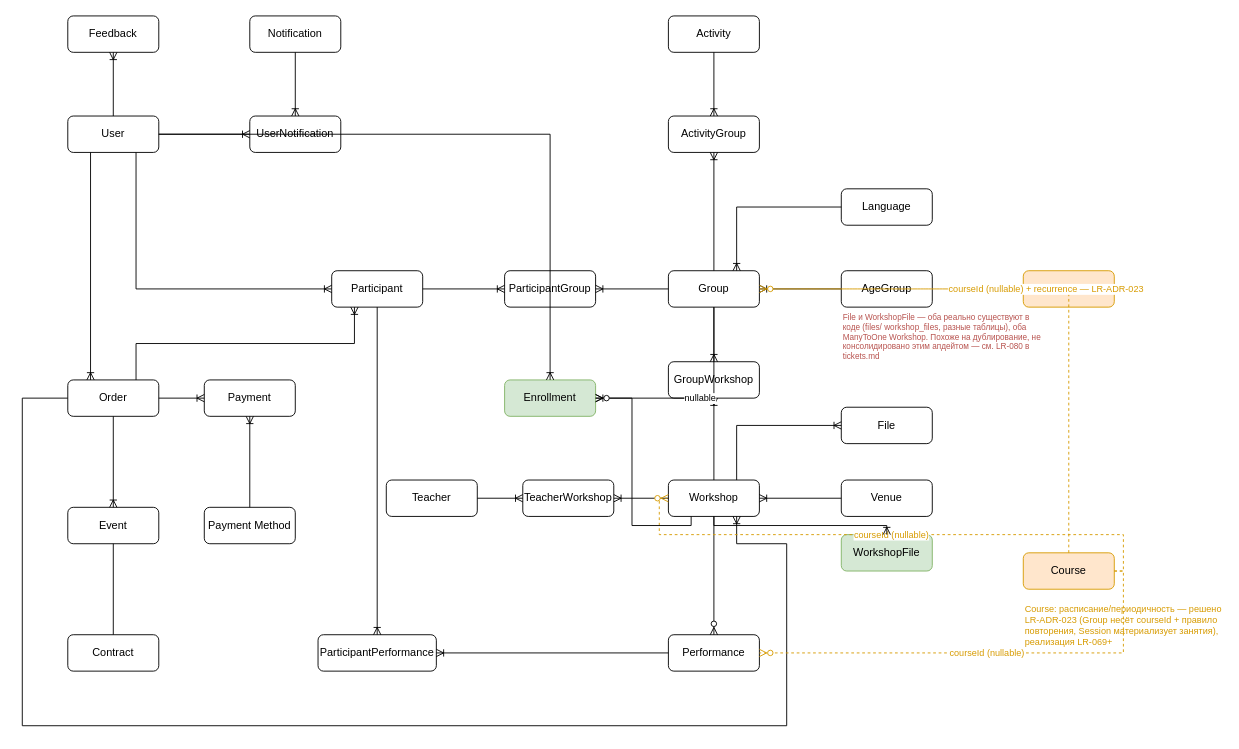
Before: docs/architecture/erm.drawio in OleksiyKharkiv/lebens_rhythmus, a draw.io diagram. Source tidied: cells renumbered, new cells numbered last; positions are measured from the earlier drawing's top-left corner, leaving out a move shared by most shapes. Both pictures are drawn from the tidied source at 91%, with x=0, y=0 at pixel (22, 15).
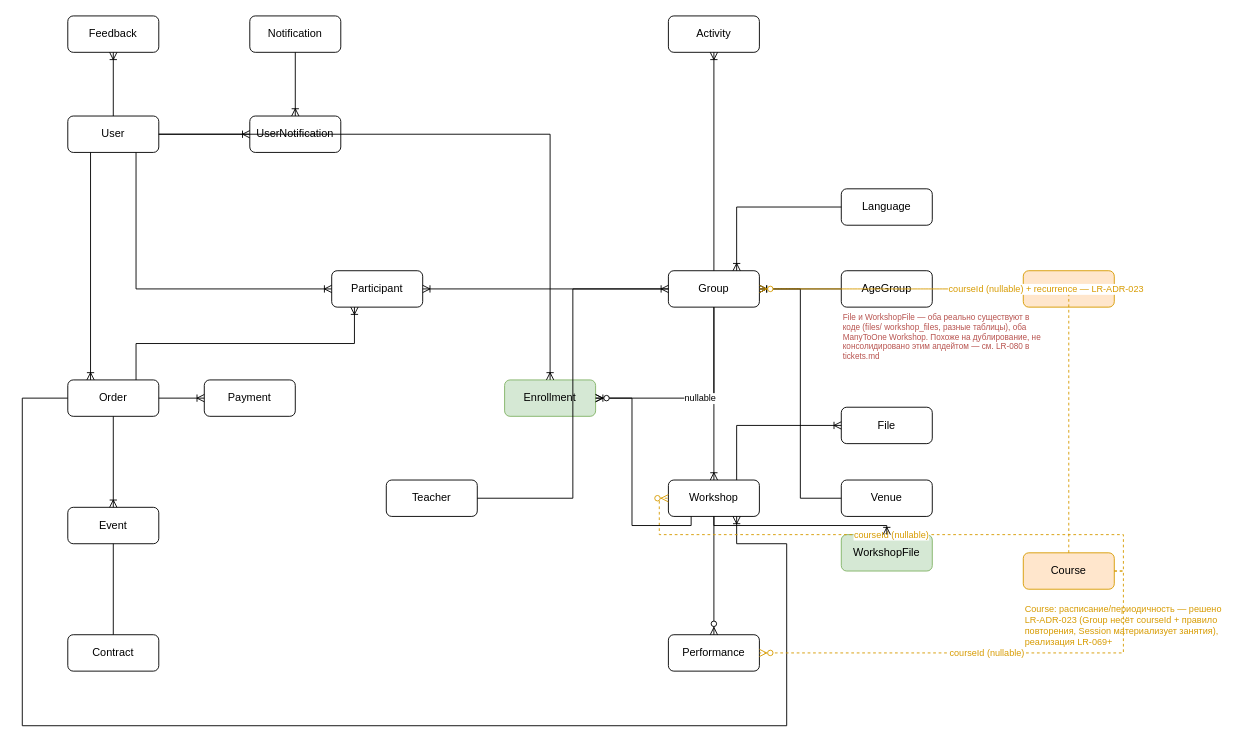
The same page after the edit.

The change refers to these unchanged cells:
```xml
<mxCell id="5" value="Participant" style="rounded=1;whiteSpace=wrap;html=1;" parent="1" vertex="1">
  <mxGeometry x="340" y="280" width="100" height="40" as="geometry" />
</mxCell>
<mxCell id="6" value="Teacher" style="rounded=1;whiteSpace=wrap;html=1;" parent="1" vertex="1">
  <mxGeometry x="400" y="510" width="100" height="40" as="geometry" />
</mxCell>
<mxCell id="7" value="Group" style="rounded=1;whiteSpace=wrap;html=1;" parent="1" vertex="1">
  <mxGeometry x="710" y="280" width="100" height="40" as="geometry" />
</mxCell>
<mxCell id="8" value="Activity" style="rounded=1;whiteSpace=wrap;html=1;" parent="1" vertex="1">
  <mxGeometry x="710" width="100" height="40" as="geometry" />
</mxCell>
<mxCell id="9" value="Workshop" style="rounded=1;whiteSpace=wrap;html=1;" parent="1" vertex="1">
  <mxGeometry x="710" y="510" width="100" height="40" as="geometry" />
</mxCell>
<mxCell id="13" value="Venue" style="rounded=1;whiteSpace=wrap;html=1;" parent="1" vertex="1">
  <mxGeometry x="900" y="510" width="100" height="40" as="geometry" />
</mxCell>
<mxCell id="14" value="Performance" style="rounded=1;whiteSpace=wrap;html=1;" parent="1" vertex="1">
  <mxGeometry x="710" y="680" width="100" height="40" as="geometry" />
</mxCell>
<mxCell id="22" value="Payment" style="rounded=1;whiteSpace=wrap;html=1;" parent="1" vertex="1">
  <mxGeometry x="200" y="400" width="100" height="40" as="geometry" />
</mxCell>
```

Diff of the diagram source:
```diff
@@
-    <mxCell id="25" value="Payment Method" style="rounded=1;whiteSpace=wrap;html=1;" parent="1" vertex="1">
-      <mxGeometry x="200" y="540" width="100" height="40" as="geometry" />
-    </mxCell>
@@
-    <mxCell id="33" style="edgeStyle=orthogonalEdgeStyle;fontSize=12;html=1;endArrow=ERoneToMany;rounded=0;exitX=0;exitY=0.5;exitDx=0;exitDy=0;entryX=1;entryY=0.5;entryDx=0;entryDy=0;" parent="1" edge="1" source="13" target="9">
+    <mxCell id="33" style="edgeStyle=orthogonalEdgeStyle;fontSize=12;html=1;endArrow=ERoneToMany;rounded=0;exitX=0;exitY=0.5;exitDx=0;exitDy=0;entryX=1;entryY=0.5;entryDx=0;entryDy=0;" parent="1" edge="1" source="13" target="7">
       <mxGeometry relative="1" as="geometry" />
     </mxCell>
-    <mxCell id="34" value="ActivityGroup" style="rounded=1;whiteSpace=wrap;html=1;" parent="1" vertex="1">
-      <mxGeometry x="710" y="110" width="100" height="40" as="geometry" />
-    </mxCell>
-    <mxCell id="35" style="edgeStyle=orthogonalEdgeStyle;fontSize=12;html=1;endArrow=ERoneToMany;rounded=0;entryX=0.5;entryY=1;entryDx=0;entryDy=0;exitX=0.5;exitY=0;exitDx=0;exitDy=0;" parent="1" edge="1" source="7" target="34">
+    <mxCell id="35" style="edgeStyle=orthogonalEdgeStyle;fontSize=12;html=1;endArrow=ERoneToMany;rounded=0;entryX=0.5;entryY=1;entryDx=0;entryDy=0;exitX=0.5;exitY=0;exitDx=0;exitDy=0;" parent="1" edge="1" source="7" target="8">
       <mxGeometry relative="1" as="geometry" />
     </mxCell>
-    <mxCell id="36" style="edgeStyle=orthogonalEdgeStyle;fontSize=12;html=1;endArrow=ERoneToMany;rounded=0;exitX=0.5;exitY=0;exitDx=0;exitDy=0;entryX=0.5;entryY=1;entryDx=0;entryDy=0;" parent="1" edge="1" source="25" target="22">
-      <mxGeometry relative="1" as="geometry" />
-    </mxCell>
@@
-    <mxCell id="39" value="ParticipantGroup" style="rounded=1;whiteSpace=wrap;html=1;" parent="1" vertex="1">
-      <mxGeometry x="530" y="280" width="100" height="40" as="geometry" />
-    </mxCell>
-    <mxCell id="40" style="edgeStyle=orthogonalEdgeStyle;fontSize=12;html=1;endArrow=ERoneToMany;rounded=0;exitX=1;exitY=0.5;exitDx=0;exitDy=0;entryX=0;entryY=0.5;entryDx=0;entryDy=0;" parent="1" edge="1" source="5" target="39">
-      <mxGeometry relative="1" as="geometry" />
-    </mxCell>
-    <mxCell id="41" style="edgeStyle=orthogonalEdgeStyle;fontSize=12;html=1;endArrow=ERoneToMany;rounded=0;exitX=0;exitY=0.5;exitDx=0;exitDy=0;entryX=1;entryY=0.5;entryDx=0;entryDy=0;" parent="1" edge="1" source="7" target="39">
+    <mxCell id="41" style="edgeStyle=orthogonalEdgeStyle;fontSize=12;html=1;endArrow=ERoneToMany;rounded=0;exitX=0;exitY=0.5;exitDx=0;exitDy=0;entryX=1;entryY=0.5;entryDx=0;entryDy=0;" parent="1" edge="1" source="7" target="5">
       <mxGeometry relative="1" as="geometry" />
     </mxCell>
-    <mxCell id="42" value="GroupWorkshop" style="rounded=1;whiteSpace=wrap;html=1;" parent="1" vertex="1">
-      <mxGeometry x="710" y="380" width="100" height="40" as="geometry" />
-    </mxCell>
-    <mxCell id="43" style="edgeStyle=orthogonalEdgeStyle;fontSize=12;html=1;endArrow=ERoneToMany;rounded=0;exitX=0.5;exitY=1;exitDx=0;exitDy=0;entryX=0.5;entryY=0;entryDx=0;entryDy=0;" parent="1" edge="1" source="7" target="42">
+    <mxCell id="43" style="edgeStyle=orthogonalEdgeStyle;fontSize=12;html=1;endArrow=ERoneToMany;rounded=0;exitX=0.5;exitY=1;exitDx=0;exitDy=0;entryX=0.5;entryY=0;entryDx=0;entryDy=0;" parent="1" edge="1" source="7" target="9">
       <mxGeometry relative="1" as="geometry" />
     </mxCell>
-    <mxCell id="44" style="edgeStyle=orthogonalEdgeStyle;fontSize=12;html=1;endArrow=ERoneToMany;rounded=0;exitX=0.5;exitY=0;exitDx=0;exitDy=0;entryX=0.5;entryY=1;entryDx=0;entryDy=0;" parent="1" edge="1" source="9" target="42">
-      <mxGeometry relative="1" as="geometry" />
-    </mxCell>
-    <mxCell id="45" value="TeacherWorkshop" style="rounded=1;whiteSpace=wrap;html=1;" parent="1" vertex="1">
-      <mxGeometry x="550" y="510" width="100" height="40" as="geometry" />
-    </mxCell>
-    <mxCell id="46" style="edgeStyle=orthogonalEdgeStyle;fontSize=12;html=1;endArrow=ERoneToMany;rounded=0;exitX=1;exitY=0.5;exitDx=0;exitDy=0;entryX=0;entryY=0.5;entryDx=0;entryDy=0;" parent="1" edge="1" source="6" target="45">
+    <mxCell id="46" style="edgeStyle=orthogonalEdgeStyle;fontSize=12;html=1;endArrow=ERoneToMany;rounded=0;exitX=1;exitY=0.5;exitDx=0;exitDy=0;entryX=0;entryY=0.5;entryDx=0;entryDy=0;" parent="1" edge="1" source="6" target="7">
       <mxGeometry relative="1" as="geometry" />
     </mxCell>
-    <mxCell id="47" style="edgeStyle=orthogonalEdgeStyle;fontSize=12;html=1;endArrow=ERoneToMany;rounded=0;exitX=0;exitY=0.5;exitDx=0;exitDy=0;entryX=1;entryY=0.5;entryDx=0;entryDy=0;" parent="1" edge="1" source="9" target="45">
-      <mxGeometry relative="1" as="geometry" />
-    </mxCell>
@@
-    <mxCell id="52" style="edgeStyle=orthogonalEdgeStyle;fontSize=12;html=1;endArrow=ERoneToMany;rounded=0;exitX=0.5;exitY=1;exitDx=0;exitDy=0;entryX=0.5;entryY=0;entryDx=0;entryDy=0;" parent="1" edge="1" source="8" target="34">
-      <mxGeometry relative="1" as="geometry" />
-    </mxCell>
-    <mxCell id="53" value="ParticipantPerformance" style="rounded=1;whiteSpace=wrap;html=1;" parent="1" vertex="1">
-      <mxGeometry x="325" y="680" width="130" height="40" as="geometry" />
-    </mxCell>
-    <mxCell id="54" style="edgeStyle=orthogonalEdgeStyle;fontSize=12;html=1;endArrow=ERoneToMany;rounded=0;exitX=0.5;exitY=1;exitDx=0;exitDy=0;entryX=0.5;entryY=0;entryDx=0;entryDy=0;" parent="1" edge="1" source="5" target="53">
-      <mxGeometry relative="1" as="geometry" />
-    </mxCell>
-    <mxCell id="55" style="edgeStyle=orthogonalEdgeStyle;fontSize=12;html=1;endArrow=ERoneToMany;rounded=0;exitX=0;exitY=0.5;exitDx=0;exitDy=0;entryX=1;entryY=0.5;entryDx=0;entryDy=0;" parent="1" edge="1" source="14" target="53">
-      <mxGeometry relative="1" as="geometry" />
-    </mxCell>
```
